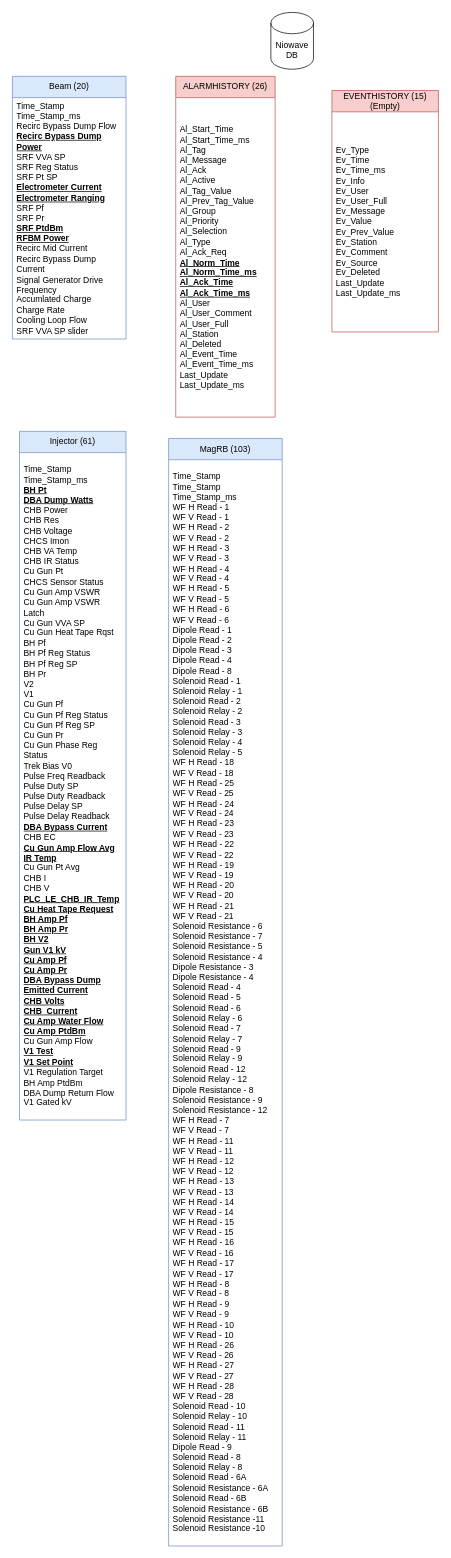
This is page "NiowaveAirportDB" (1 of 2) of AVEVADBAIR.drawio from houleyemballo/Work, a draw.io file, before an edit. Source tidied: cells renumbered, new cells numbered last; positions are measured from the earlier drawing's top-left corner, leaving out a move shared by most shapes. Both pictures are drawn from the tidied source at 71%, with x=0, y=0 at pixel (12, 12).
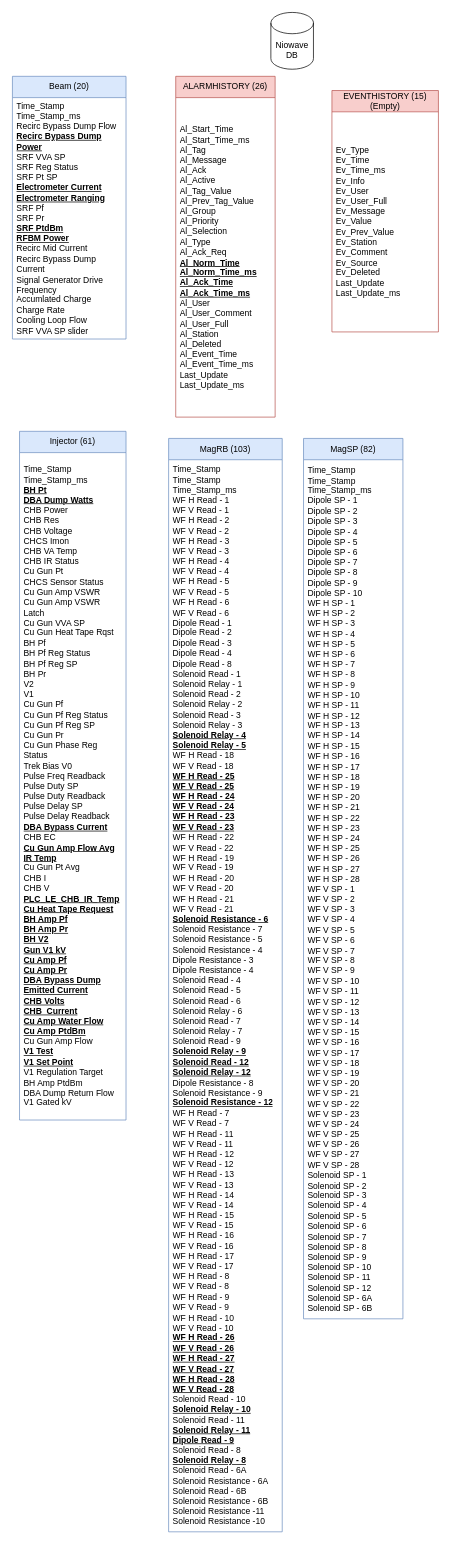
The same page after the edit.

The edit, as a diff of the source:
```diff
@@
 <mxGraphModel>
   <root>
     <mxCell id="0" />
     <mxCell id="1" parent="0" />
     <mxCell id="2" value="Niowave DB" style="shape=cylinder3;whiteSpace=wrap;html=1;boundedLbl=1;backgroundOutline=1;size=15;" parent="1" vertex="1">
       <mxGeometry x="364" width="60" height="80" as="geometry" />
     </mxCell>
     <mxCell id="3" value="Beam (20)" style="swimlane;fontStyle=0;horizontal=1;startSize=30;whiteSpace=wrap;html=1;fillColor=#dae8fc;strokeColor=#6c8ebf;" parent="1" vertex="1">
       <mxGeometry y="90" width="160" height="370" as="geometry" />
     </mxCell>
     <mxCell id="4" value="&lt;div&gt;Time_Stamp&lt;/div&gt;&lt;div&gt;Time_Stamp_ms&lt;/div&gt;&lt;div&gt;Recirc Bypass Dump Flow&lt;/div&gt;&lt;div&gt;&lt;b&gt;&lt;u&gt;Recirc Bypass Dump Power&lt;/u&gt;&lt;/b&gt;&lt;/div&gt;&lt;div&gt;SRF VVA SP&lt;/div&gt;&lt;div&gt;SRF Reg Status&lt;/div&gt;&lt;div&gt;SRF Pt SP&lt;/div&gt;&lt;div&gt;&lt;u&gt;&lt;b&gt;Electrometer Current&lt;/b&gt;&lt;/u&gt;&lt;/div&gt;&lt;div&gt;&lt;u&gt;&lt;b&gt;Electrometer Ranging&lt;/b&gt;&lt;/u&gt;&lt;/div&gt;&lt;div&gt;SRF Pf&lt;/div&gt;&lt;div&gt;SRF Pr&lt;/div&gt;&lt;div&gt;&lt;u&gt;&lt;b&gt;SRF PtdBm&lt;/b&gt;&lt;/u&gt;&lt;/div&gt;&lt;div&gt;&lt;u&gt;&lt;b&gt;RFBM Power&lt;/b&gt;&lt;/u&gt;&lt;/div&gt;&lt;div&gt;Recirc Mid Current&lt;/div&gt;&lt;div&gt;Recirc Bypass Dump Current&lt;/div&gt;&lt;div&gt;Signal Generator Drive Frequency&lt;/div&gt;&lt;div&gt;Accumlated Charge&lt;/div&gt;&lt;div&gt;Charge Rate&lt;/div&gt;&lt;div&gt;Cooling Loop Flow&lt;/div&gt;&lt;div&gt;SRF VVA SP slider&lt;/div&gt;" style="text;strokeColor=none;fillColor=none;align=left;verticalAlign=middle;spacingLeft=4;spacingRight=4;overflow=hidden;whiteSpace=wrap;html=1;" parent="3" vertex="1">
       <mxGeometry y="30" width="160" height="340" as="geometry" />
     </mxCell>
     <mxCell id="5" value="ALARMHISTORY (26)" style="swimlane;fontStyle=0;horizontal=1;startSize=30;whiteSpace=wrap;html=1;fillColor=#f8cecc;strokeColor=#b85450;" parent="1" vertex="1">
       <mxGeometry x="230" y="90" width="140" height="480" as="geometry" />
     </mxCell>
     <mxCell id="6" value="&lt;div&gt;Al_Start_Time&lt;/div&gt;&lt;div&gt;Al_Start_Time_ms&lt;/div&gt;&lt;div&gt;Al_Tag&lt;/div&gt;&lt;div&gt;Al_Message&lt;/div&gt;&lt;div&gt;Al_Ack&lt;/div&gt;&lt;div&gt;Al_Active&lt;/div&gt;&lt;div&gt;Al_Tag_Value&lt;/div&gt;&lt;div&gt;Al_Prev_Tag_Value&lt;/div&gt;&lt;div&gt;Al_Group&lt;/div&gt;&lt;div&gt;Al_Priority&lt;/div&gt;&lt;div&gt;Al_Selection&lt;/div&gt;&lt;div&gt;Al_Type&lt;/div&gt;&lt;div&gt;Al_Ack_Req&lt;/div&gt;&lt;div&gt;&lt;b&gt;&lt;u&gt;Al_Norm_Time&lt;/u&gt;&lt;/b&gt;&lt;/div&gt;&lt;div&gt;&lt;b&gt;&lt;u&gt;Al_Norm_Time_ms&lt;/u&gt;&lt;/b&gt;&lt;/div&gt;&lt;div&gt;&lt;b&gt;&lt;u&gt;Al_Ack_Time&lt;/u&gt;&lt;/b&gt;&lt;/div&gt;&lt;div&gt;&lt;b&gt;&lt;u&gt;Al_Ack_Time_ms&lt;/u&gt;&lt;/b&gt;&lt;/div&gt;&lt;div&gt;Al_User&lt;/div&gt;&lt;div&gt;Al_User_Comment&lt;/div&gt;&lt;div&gt;Al_User_Full&lt;/div&gt;&lt;div&gt;Al_Station&lt;/div&gt;&lt;div&gt;Al_Deleted&lt;/div&gt;&lt;div&gt;Al_Event_Time&lt;/div&gt;&lt;div&gt;Al_Event_Time_ms&lt;/div&gt;&lt;div&gt;Last_Update&lt;/div&gt;&lt;div&gt;Last_Update_ms&lt;/div&gt;" style="text;strokeColor=none;fillColor=none;align=left;verticalAlign=middle;spacingLeft=4;spacingRight=4;overflow=hidden;whiteSpace=wrap;html=1;" parent="5" vertex="1">
       <mxGeometry y="30" width="140" height="450" as="geometry" />
     </mxCell>
     <mxCell id="7" value="EVENTHISTORY (15)&lt;div&gt;(Empty)&lt;/div&gt;" style="swimlane;fontStyle=0;horizontal=1;startSize=30;whiteSpace=wrap;html=1;fillColor=#f8cecc;strokeColor=#b85450;" parent="1" vertex="1">
       <mxGeometry x="450" y="110" width="150" height="340" as="geometry" />
     </mxCell>
     <mxCell id="8" value="&lt;div&gt;Ev_Type&lt;/div&gt;&lt;div&gt;Ev_Time&lt;/div&gt;&lt;div&gt;Ev_Time_ms&lt;/div&gt;&lt;div&gt;Ev_Info&lt;/div&gt;&lt;div&gt;Ev_User&lt;/div&gt;&lt;div&gt;Ev_User_Full&lt;/div&gt;&lt;div&gt;Ev_Message&lt;/div&gt;&lt;div&gt;Ev_Value&lt;/div&gt;&lt;div&gt;Ev_Prev_Value&lt;/div&gt;&lt;div&gt;Ev_Station&lt;/div&gt;&lt;div&gt;Ev_Comment&lt;/div&gt;&lt;div&gt;Ev_Source&lt;/div&gt;&lt;div&gt;Ev_Deleted&lt;/div&gt;&lt;div&gt;Last_Update&lt;/div&gt;&lt;div&gt;Last_Update_ms&lt;/div&gt;" style="text;strokeColor=none;fillColor=none;align=left;verticalAlign=middle;spacingLeft=4;spacingRight=4;overflow=hidden;whiteSpace=wrap;html=1;" parent="7" vertex="1">
       <mxGeometry y="30" width="150" height="310" as="geometry" />
     </mxCell>
     <mxCell id="9" value="Injector (61)" style="swimlane;fontStyle=0;horizontal=1;startSize=30;whiteSpace=wrap;html=1;fillColor=#dae8fc;strokeColor=#6c8ebf;" parent="1" vertex="1">
       <mxGeometry x="10" y="590" width="150" height="970" as="geometry" />
     </mxCell>
     <mxCell id="10" value="&lt;div&gt;Time_Stamp&lt;/div&gt;&lt;div&gt;Time_Stamp_ms&lt;/div&gt;&lt;div&gt;&lt;b&gt;&lt;u&gt;BH Pt&lt;/u&gt;&lt;/b&gt;&lt;/div&gt;&lt;div&gt;&lt;b&gt;&lt;u&gt;DBA Dump Watts&lt;/u&gt;&lt;/b&gt;&lt;/div&gt;&lt;div&gt;CHB Power&lt;/div&gt;&lt;div&gt;CHB Res&lt;/div&gt;&lt;div&gt;CHB Voltage&lt;/div&gt;&lt;div&gt;CHCS Imon&lt;/div&gt;&lt;div&gt;CHB VA Temp&lt;/div&gt;&lt;div&gt;CHB IR Status&lt;/div&gt;&lt;div&gt;Cu Gun Pt&lt;/div&gt;&lt;div&gt;CHCS Sensor Status&lt;/div&gt;&lt;div&gt;Cu Gun Amp VSWR&lt;/div&gt;&lt;div&gt;Cu Gun Amp VSWR Latch&lt;/div&gt;&lt;div&gt;Cu Gun VVA SP&lt;/div&gt;&lt;div&gt;Cu Gun Heat Tape Rqst&lt;/div&gt;&lt;div&gt;BH Pf&lt;/div&gt;&lt;div&gt;BH Pf Reg Status&lt;/div&gt;&lt;div&gt;BH Pf Reg SP&lt;/div&gt;&lt;div&gt;BH Pr&lt;/div&gt;&lt;div&gt;V2&lt;/div&gt;&lt;div&gt;V1&lt;/div&gt;&lt;div&gt;Cu Gun Pf&lt;/div&gt;&lt;div&gt;Cu Gun Pf Reg Status&lt;/div&gt;&lt;div&gt;Cu Gun Pf Reg SP&lt;/div&gt;&lt;div&gt;Cu Gun Pr&lt;/div&gt;&lt;div&gt;Cu Gun Phase Reg Status&lt;/div&gt;&lt;div&gt;Trek Bias V0&lt;/div&gt;&lt;div&gt;Pulse Freq Readback&lt;/div&gt;&lt;div&gt;Pulse Duty SP&lt;/div&gt;&lt;div&gt;Pulse Duty Readback&lt;/div&gt;&lt;div&gt;Pulse Delay SP&lt;/div&gt;&lt;div&gt;Pulse Delay Readback&lt;/div&gt;&lt;div&gt;&lt;b&gt;&lt;u&gt;DBA Bypass Current&lt;/u&gt;&lt;/b&gt;&lt;/div&gt;&lt;div&gt;CHB EC&lt;/div&gt;&lt;div&gt;&lt;b&gt;&lt;u&gt;Cu Gun Amp Flow Avg&lt;/u&gt;&lt;/b&gt;&lt;/div&gt;&lt;div&gt;&lt;b&gt;&lt;u&gt;IR Temp&lt;/u&gt;&lt;/b&gt;&lt;/div&gt;&lt;div&gt;Cu Gun Pt Avg&lt;/div&gt;&lt;div&gt;CHB I&lt;/div&gt;&lt;div&gt;CHB V&lt;/div&gt;&lt;div&gt;&lt;b&gt;&lt;u&gt;PLC_LE_CHB_IR_Temp&lt;/u&gt;&lt;/b&gt;&lt;/div&gt;&lt;div&gt;&lt;b&gt;&lt;u&gt;Cu Heat Tape Request&lt;/u&gt;&lt;/b&gt;&lt;/div&gt;&lt;div&gt;&lt;b&gt;&lt;u&gt;BH Amp Pf&lt;/u&gt;&lt;/b&gt;&lt;/div&gt;&lt;div&gt;&lt;b&gt;&lt;u&gt;BH Amp Pr&lt;/u&gt;&lt;/b&gt;&lt;/div&gt;&lt;div&gt;&lt;b&gt;&lt;u&gt;BH V2&lt;/u&gt;&lt;/b&gt;&lt;/div&gt;&lt;div&gt;&lt;b&gt;&lt;u&gt;Gun V1 kV&lt;/u&gt;&lt;/b&gt;&lt;/div&gt;&lt;div&gt;&lt;b&gt;&lt;u&gt;Cu Amp Pf&lt;/u&gt;&lt;/b&gt;&lt;/div&gt;&lt;div&gt;&lt;b&gt;&lt;u&gt;Cu Amp Pr&lt;/u&gt;&lt;/b&gt;&lt;/div&gt;&lt;div&gt;&lt;b&gt;&lt;u&gt;DBA Bypass Dump&lt;/u&gt;&lt;/b&gt;&lt;/div&gt;&lt;div&gt;&lt;b&gt;&lt;u&gt;Emitted Current&lt;/u&gt;&lt;/b&gt;&lt;/div&gt;&lt;div&gt;&lt;b&gt;&lt;u&gt;CHB Volts&lt;/u&gt;&lt;/b&gt;&lt;/div&gt;&lt;div&gt;&lt;b&gt;&lt;u&gt;CHB&amp;nbsp; Current&lt;/u&gt;&lt;/b&gt;&lt;/div&gt;&lt;div&gt;&lt;b&gt;&lt;u&gt;Cu Amp Water Flow&lt;/u&gt;&lt;/b&gt;&lt;/div&gt;&lt;div&gt;&lt;b&gt;&lt;u&gt;Cu Amp PtdBm&lt;/u&gt;&lt;/b&gt;&lt;/div&gt;&lt;div&gt;Cu Gun Amp Flow&lt;/div&gt;&lt;div&gt;&lt;b&gt;&lt;u&gt;V1 Test&lt;/u&gt;&lt;/b&gt;&lt;/div&gt;&lt;div&gt;&lt;b&gt;&lt;u&gt;V1 Set Point&lt;/u&gt;&lt;/b&gt;&lt;/div&gt;&lt;div&gt;V1 Regulation Target&lt;/div&gt;&lt;div&gt;BH Amp PtdBm&lt;/div&gt;&lt;div&gt;DBA Dump Return Flow&lt;/div&gt;&lt;div&gt;V1 Gated kV&lt;/div&gt;" style="text;strokeColor=none;fillColor=none;align=left;verticalAlign=middle;spacingLeft=4;spacingRight=4;overflow=hidden;whiteSpace=wrap;html=1;" parent="9" vertex="1">
       <mxGeometry y="30" width="150" height="940" as="geometry" />
     </mxCell>
     <mxCell id="11" value="MagRB (103)" style="swimlane;fontStyle=0;horizontal=1;startSize=30;whiteSpace=wrap;html=1;fillColor=#dae8fc;strokeColor=#6c8ebf;" parent="1" vertex="1">
-      <mxGeometry x="220" y="600" width="160" height="1560" as="geometry" />
+      <mxGeometry x="220" y="600" width="160" height="1540" as="geometry" />
     </mxCell>
-    <mxCell id="12" value="&lt;div&gt;Time_Stamp&lt;/div&gt;&lt;div&gt;Time_Stamp&lt;/div&gt;&lt;div&gt;Time_Stamp_ms&lt;/div&gt;&lt;div&gt;WF H Read - 1&lt;/div&gt;&lt;div&gt;WF V Read - 1&lt;/div&gt;&lt;div&gt;WF H Read - 2&lt;/div&gt;&lt;div&gt;WF V Read - 2&lt;/div&gt;&lt;div&gt;WF H Read - 3&lt;/div&gt;&lt;div&gt;WF V Read - 3&lt;/div&gt;&lt;div&gt;WF H Read - 4&lt;/div&gt;&lt;div&gt;WF V Read - 4&lt;/div&gt;&lt;div&gt;WF H Read - 5&lt;/div&gt;&lt;div&gt;WF V Read - 5&lt;/div&gt;&lt;div&gt;WF H Read - 6&lt;/div&gt;&lt;div&gt;WF V Read - 6&lt;/div&gt;&lt;div&gt;Dipole Read - 1&lt;/div&gt;&lt;div&gt;Dipole Read - 2&lt;/div&gt;&lt;div&gt;Dipole Read - 3&lt;/div&gt;&lt;div&gt;Dipole Read - 4&lt;/div&gt;&lt;div&gt;Dipole Read - 8&lt;/div&gt;&lt;div&gt;Solenoid Read - 1&lt;/div&gt;&lt;div&gt;Solenoid Relay - 1&lt;/div&gt;&lt;div&gt;Solenoid Read - 2&lt;/div&gt;&lt;div&gt;Solenoid Relay - 2&lt;/div&gt;&lt;div&gt;Solenoid Read - 3&lt;/div&gt;&lt;div&gt;Solenoid Relay - 3&lt;/div&gt;&lt;div&gt;Solenoid Relay - 4&lt;/div&gt;&lt;div&gt;Solenoid Relay - 5&lt;/div&gt;&lt;div&gt;WF H Read - 18&lt;/div&gt;&lt;div&gt;WF V Read - 18&lt;/div&gt;&lt;div&gt;WF H Read - 25&lt;/div&gt;&lt;div&gt;WF V Read - 25&lt;/div&gt;&lt;div&gt;WF H Read - 24&lt;/div&gt;&lt;div&gt;WF V Read - 24&lt;/div&gt;&lt;div&gt;WF H Read - 23&lt;/div&gt;&lt;div&gt;WF V Read - 23&lt;/div&gt;&lt;div&gt;WF H Read - 22&lt;/div&gt;&lt;div&gt;WF V Read - 22&lt;/div&gt;&lt;div&gt;WF H Read - 19&lt;/div&gt;&lt;div&gt;WF V Read - 19&lt;/div&gt;&lt;div&gt;WF H Read - 20&lt;/div&gt;&lt;div&gt;WF V Read - 20&lt;/div&gt;&lt;div&gt;WF H Read - 21&lt;/div&gt;&lt;div&gt;WF V Read - 21&lt;/div&gt;&lt;div&gt;Solenoid Resistance - 6&lt;/div&gt;&lt;div&gt;Solenoid Resistance - 7&lt;/div&gt;&lt;div&gt;Solenoid Resistance - 5&lt;/div&gt;&lt;div&gt;Solenoid Resistance - 4&lt;/div&gt;&lt;div&gt;Dipole Resistance - 3&lt;/div&gt;&lt;div&gt;Dipole Resistance - 4&lt;/div&gt;&lt;div&gt;Solenoid Read - 4&lt;/div&gt;&lt;div&gt;Solenoid Read - 5&lt;/div&gt;&lt;div&gt;Solenoid Read - 6&lt;/div&gt;&lt;div&gt;Solenoid Relay - 6&lt;/div&gt;&lt;div&gt;Solenoid Read - 7&lt;/div&gt;&lt;div&gt;Solenoid Relay - 7&lt;/div&gt;&lt;div&gt;Solenoid Read - 9&lt;/div&gt;&lt;div&gt;Solenoid Relay - 9&lt;/div&gt;&lt;div&gt;Solenoid Read - 12&lt;/div&gt;&lt;div&gt;Solenoid Relay - 12&lt;/div&gt;&lt;div&gt;Dipole Resistance - 8&lt;/div&gt;&lt;div&gt;Solenoid Resistance - 9&lt;/div&gt;&lt;div&gt;Solenoid Resistance - 12&lt;/div&gt;&lt;div&gt;WF H Read - 7&lt;/div&gt;&lt;div&gt;WF V Read - 7&lt;/div&gt;&lt;div&gt;WF H Read - 11&lt;/div&gt;&lt;div&gt;WF V Read - 11&lt;/div&gt;&lt;div&gt;WF H Read - 12&lt;/div&gt;&lt;div&gt;WF V Read - 12&lt;/div&gt;&lt;div&gt;WF H Read - 13&lt;/div&gt;&lt;div&gt;WF V Read - 13&lt;/div&gt;&lt;div&gt;WF H Read - 14&lt;/div&gt;&lt;div&gt;WF V Read - 14&lt;/div&gt;&lt;div&gt;WF H Read - 15&lt;/div&gt;&lt;div&gt;WF V Read - 15&lt;/div&gt;&lt;div&gt;WF H Read - 16&lt;/div&gt;&lt;div&gt;WF V Read - 16&lt;/div&gt;&lt;div&gt;WF H Read - 17&lt;/div&gt;&lt;div&gt;WF V Read - 17&lt;/div&gt;&lt;div&gt;WF H Read - 8&lt;/div&gt;&lt;div&gt;WF V Read - 8&lt;/div&gt;&lt;div&gt;WF H Read - 9&lt;/div&gt;&lt;div&gt;WF V Read - 9&lt;/div&gt;&lt;div&gt;WF H Read - 10&lt;/div&gt;&lt;div&gt;WF V Read - 10&lt;/div&gt;&lt;div&gt;WF H Read - 26&lt;/div&gt;&lt;div&gt;WF V Read - 26&lt;/div&gt;&lt;div&gt;WF H Read - 27&lt;/div&gt;&lt;div&gt;WF V Read - 27&lt;/div&gt;&lt;div&gt;WF H Read - 28&lt;/div&gt;&lt;div&gt;WF V Read - 28&lt;/div&gt;&lt;div&gt;Solenoid Read - 10&lt;/div&gt;&lt;div&gt;Solenoid Relay - 10&lt;/div&gt;&lt;div&gt;Solenoid Read - 11&lt;/div&gt;&lt;div&gt;Solenoid Relay - 11&lt;/div&gt;&lt;div&gt;Dipole Read - 9&lt;/div&gt;&lt;div&gt;Solenoid Read - 8&lt;/div&gt;&lt;div&gt;Solenoid Relay - 8&lt;/div&gt;&lt;div&gt;Solenoid Read - 6A&lt;/div&gt;&lt;div&gt;Solenoid Resistance - 6A&lt;/div&gt;&lt;div&gt;Solenoid Read - 6B&lt;/div&gt;&lt;div&gt;Solenoid Resistance - 6B&lt;/div&gt;&lt;div&gt;Solenoid Resistance -11&lt;/div&gt;&lt;div&gt;Solenoid Resistance -10&lt;/div&gt;" style="text;align=left;verticalAlign=middle;spacingLeft=4;spacingRight=4;overflow=hidden;whiteSpace=wrap;html=1;" parent="11" vertex="1">
-      <mxGeometry y="30" width="160" height="1530" as="geometry" />
+    <mxCell id="12" value="&lt;div&gt;Time_Stamp&lt;/div&gt;&lt;div&gt;Time_Stamp&lt;/div&gt;&lt;div&gt;Time_Stamp_ms&lt;/div&gt;&lt;div&gt;WF H Read - 1&lt;/div&gt;&lt;div&gt;WF V Read - 1&lt;/div&gt;&lt;div&gt;WF H Read - 2&lt;/div&gt;&lt;div&gt;WF V Read - 2&lt;/div&gt;&lt;div&gt;WF H Read - 3&lt;/div&gt;&lt;div&gt;WF V Read - 3&lt;/div&gt;&lt;div&gt;WF H Read - 4&lt;/div&gt;&lt;div&gt;WF V Read - 4&lt;/div&gt;&lt;div&gt;WF H Read - 5&lt;/div&gt;&lt;div&gt;WF V Read - 5&lt;/div&gt;&lt;div&gt;WF H Read - 6&lt;/div&gt;&lt;div&gt;WF V Read - 6&lt;/div&gt;&lt;div&gt;Dipole Read - 1&lt;/div&gt;&lt;div&gt;Dipole Read - 2&lt;/div&gt;&lt;div&gt;Dipole Read - 3&lt;/div&gt;&lt;div&gt;Dipole Read - 4&lt;/div&gt;&lt;div&gt;Dipole Read - 8&lt;/div&gt;&lt;div&gt;Solenoid Read - 1&lt;/div&gt;&lt;div&gt;Solenoid Relay - 1&lt;/div&gt;&lt;div&gt;Solenoid Read - 2&lt;/div&gt;&lt;div&gt;Solenoid Relay - 2&lt;/div&gt;&lt;div&gt;Solenoid Read - 3&lt;/div&gt;&lt;div&gt;Solenoid Relay - 3&lt;/div&gt;&lt;div&gt;&lt;b&gt;&lt;u&gt;Solenoid Relay - 4&lt;/u&gt;&lt;/b&gt;&lt;/div&gt;&lt;div&gt;&lt;b&gt;&lt;u&gt;Solenoid Relay - 5&lt;/u&gt;&lt;/b&gt;&lt;/div&gt;&lt;div&gt;WF H Read - 18&lt;/div&gt;&lt;div&gt;WF V Read - 18&lt;/div&gt;&lt;div&gt;&lt;b&gt;&lt;u&gt;WF H Read - 25&lt;/u&gt;&lt;/b&gt;&lt;/div&gt;&lt;div&gt;&lt;b&gt;&lt;u&gt;WF V Read - 25&lt;/u&gt;&lt;/b&gt;&lt;/div&gt;&lt;div&gt;&lt;b&gt;&lt;u&gt;WF H Read - 24&lt;/u&gt;&lt;/b&gt;&lt;/div&gt;&lt;div&gt;&lt;b&gt;&lt;u&gt;WF V Read - 24&lt;/u&gt;&lt;/b&gt;&lt;/div&gt;&lt;div&gt;&lt;b&gt;&lt;u&gt;WF H Read - 23&lt;/u&gt;&lt;/b&gt;&lt;/div&gt;&lt;div&gt;&lt;b&gt;&lt;u&gt;WF V Read - 23&lt;/u&gt;&lt;/b&gt;&lt;/div&gt;&lt;div&gt;WF H Read - 22&lt;/div&gt;&lt;div&gt;WF V Read - 22&lt;/div&gt;&lt;div&gt;WF H Read - 19&lt;/div&gt;&lt;div&gt;WF V Read - 19&lt;/div&gt;&lt;div&gt;WF H Read - 20&lt;/div&gt;&lt;div&gt;WF V Read - 20&lt;/div&gt;&lt;div&gt;WF H Read - 21&lt;/div&gt;&lt;div&gt;WF V Read - 21&lt;/div&gt;&lt;div&gt;&lt;b&gt;&lt;u&gt;Solenoid Resistance - 6&lt;/u&gt;&lt;/b&gt;&lt;/div&gt;&lt;div&gt;Solenoid Resistance - 7&lt;/div&gt;&lt;div&gt;Solenoid Resistance - 5&lt;/div&gt;&lt;div&gt;Solenoid Resistance - 4&lt;/div&gt;&lt;div&gt;Dipole Resistance - 3&lt;/div&gt;&lt;div&gt;Dipole Resistance - 4&lt;/div&gt;&lt;div&gt;Solenoid Read - 4&lt;/div&gt;&lt;div&gt;Solenoid Read - 5&lt;/div&gt;&lt;div&gt;Solenoid Read - 6&lt;/div&gt;&lt;div&gt;Solenoid Relay - 6&lt;/div&gt;&lt;div&gt;Solenoid Read - 7&lt;/div&gt;&lt;div&gt;Solenoid Relay - 7&lt;/div&gt;&lt;div&gt;Solenoid Read - 9&lt;/div&gt;&lt;div&gt;&lt;b&gt;&lt;u&gt;Solenoid Relay - 9&lt;/u&gt;&lt;/b&gt;&lt;/div&gt;&lt;div&gt;&lt;b&gt;&lt;u&gt;Solenoid Read - 12&lt;/u&gt;&lt;/b&gt;&lt;/div&gt;&lt;div&gt;&lt;b&gt;&lt;u&gt;Solenoid Relay - 12&lt;/u&gt;&lt;/b&gt;&lt;/div&gt;&lt;div&gt;Dipole Resistance - 8&lt;/div&gt;&lt;div&gt;Solenoid Resistance - 9&lt;/div&gt;&lt;div&gt;&lt;b&gt;&lt;u&gt;Solenoid Resistance - 12&lt;/u&gt;&lt;/b&gt;&lt;/div&gt;&lt;div&gt;WF H Read - 7&lt;/div&gt;&lt;div&gt;WF V Read - 7&lt;/div&gt;&lt;div&gt;WF H Read - 11&lt;/div&gt;&lt;div&gt;WF V Read - 11&lt;/div&gt;&lt;div&gt;WF H Read - 12&lt;/div&gt;&lt;div&gt;WF V Read - 12&lt;/div&gt;&lt;div&gt;WF H Read - 13&lt;/div&gt;&lt;div&gt;WF V Read - 13&lt;/div&gt;&lt;div&gt;WF H Read - 14&lt;/div&gt;&lt;div&gt;WF V Read - 14&lt;/div&gt;&lt;div&gt;WF H Read - 15&lt;/div&gt;&lt;div&gt;WF V Read - 15&lt;/div&gt;&lt;div&gt;WF H Read - 16&lt;/div&gt;&lt;div&gt;WF V Read - 16&lt;/div&gt;&lt;div&gt;WF H Read - 17&lt;/div&gt;&lt;div&gt;WF V Read - 17&lt;/div&gt;&lt;div&gt;WF H Read - 8&lt;/div&gt;&lt;div&gt;WF V Read - 8&lt;/div&gt;&lt;div&gt;WF H Read - 9&lt;/div&gt;&lt;div&gt;WF V Read - 9&lt;/div&gt;&lt;div&gt;WF H Read - 10&lt;/div&gt;&lt;div&gt;WF V Read - 10&lt;/div&gt;&lt;div&gt;&lt;b&gt;&lt;u&gt;WF H Read - 26&lt;/u&gt;&lt;/b&gt;&lt;/div&gt;&lt;div&gt;&lt;b&gt;&lt;u&gt;WF V Read - 26&lt;/u&gt;&lt;/b&gt;&lt;/div&gt;&lt;div&gt;&lt;b&gt;&lt;u&gt;WF H Read - 27&lt;/u&gt;&lt;/b&gt;&lt;/div&gt;&lt;div&gt;&lt;b&gt;&lt;u&gt;WF V Read - 27&lt;/u&gt;&lt;/b&gt;&lt;/div&gt;&lt;div&gt;&lt;b&gt;&lt;u&gt;WF H Read - 28&lt;/u&gt;&lt;/b&gt;&lt;/div&gt;&lt;div&gt;&lt;b&gt;&lt;u&gt;WF V Read - 28&lt;/u&gt;&lt;/b&gt;&lt;/div&gt;&lt;div&gt;Solenoid Read - 10&lt;/div&gt;&lt;div&gt;&lt;b&gt;&lt;u&gt;Solenoid Relay - 10&lt;/u&gt;&lt;/b&gt;&lt;/div&gt;&lt;div&gt;Solenoid Read - 11&lt;/div&gt;&lt;div&gt;&lt;b&gt;&lt;u&gt;Solenoid Relay - 11&lt;/u&gt;&lt;/b&gt;&lt;/div&gt;&lt;div&gt;&lt;b&gt;&lt;u&gt;Dipole Read - 9&lt;/u&gt;&lt;/b&gt;&lt;/div&gt;&lt;div&gt;Solenoid Read - 8&lt;/div&gt;&lt;div&gt;&lt;b&gt;&lt;u&gt;Solenoid Relay - 8&lt;/u&gt;&lt;/b&gt;&lt;/div&gt;&lt;div&gt;Solenoid Read - 6A&lt;/div&gt;&lt;div&gt;Solenoid Resistance - 6A&lt;/div&gt;&lt;div&gt;Solenoid Read - 6B&lt;/div&gt;&lt;div&gt;Solenoid Resistance - 6B&lt;/div&gt;&lt;div&gt;Solenoid Resistance -11&lt;/div&gt;&lt;div&gt;Solenoid Resistance -10&lt;/div&gt;" style="text;align=left;verticalAlign=middle;spacingLeft=4;spacingRight=4;overflow=hidden;whiteSpace=wrap;html=1;" parent="11" vertex="1">
+      <mxGeometry y="30" width="160" height="1510" as="geometry" />
     </mxCell>
+    <mxCell id="13" value="MagSP (82)" style="swimlane;fontStyle=0;horizontal=1;startSize=30;whiteSpace=wrap;html=1;fillColor=#dae8fc;strokeColor=#6c8ebf;" parent="1" vertex="1">
+      <mxGeometry x="410" y="600" width="140" height="1240" as="geometry" />
+    </mxCell>
+    <mxCell id="14" value="&lt;div&gt;Time_Stamp&lt;/div&gt;&lt;div&gt;Time_Stamp&lt;/div&gt;&lt;div&gt;Time_Stamp_ms&lt;/div&gt;&lt;div&gt;Dipole SP - 1&lt;/div&gt;&lt;div&gt;Dipole SP - 2&lt;/div&gt;&lt;div&gt;Dipole SP - 3&lt;/div&gt;&lt;div&gt;Dipole SP - 4&lt;/div&gt;&lt;div&gt;Dipole SP - 5&lt;/div&gt;&lt;div&gt;Dipole SP - 6&lt;/div&gt;&lt;div&gt;Dipole SP - 7&lt;/div&gt;&lt;div&gt;Dipole SP - 8&lt;/div&gt;&lt;div&gt;Dipole SP - 9&lt;/div&gt;&lt;div&gt;Dipole SP - 10&lt;/div&gt;&lt;div&gt;WF H SP - 1&lt;/div&gt;&lt;div&gt;WF H SP - 2&lt;/div&gt;&lt;div&gt;WF H SP - 3&lt;/div&gt;&lt;div&gt;WF H SP - 4&lt;/div&gt;&lt;div&gt;WF H SP - 5&lt;/div&gt;&lt;div&gt;WF H SP - 6&lt;/div&gt;&lt;div&gt;WF H SP - 7&lt;/div&gt;&lt;div&gt;WF H SP - 8&lt;/div&gt;&lt;div&gt;WF H SP - 9&lt;/div&gt;&lt;div&gt;WF H SP - 10&lt;/div&gt;&lt;div&gt;WF H SP - 11&lt;/div&gt;&lt;div&gt;WF H SP - 12&lt;/div&gt;&lt;div&gt;WF H SP - 13&lt;/div&gt;&lt;div&gt;WF H SP - 14&lt;/div&gt;&lt;div&gt;WF H SP - 15&lt;/div&gt;&lt;div&gt;WF H SP - 16&lt;/div&gt;&lt;div&gt;WF H SP - 17&lt;/div&gt;&lt;div&gt;WF H SP - 18&lt;/div&gt;&lt;div&gt;WF H SP - 19&lt;/div&gt;&lt;div&gt;WF H SP - 20&lt;/div&gt;&lt;div&gt;WF H SP - 21&lt;/div&gt;&lt;div&gt;WF H SP - 22&lt;/div&gt;&lt;div&gt;WF H SP - 23&lt;/div&gt;&lt;div&gt;WF H SP - 24&lt;/div&gt;&lt;div&gt;WF H SP - 25&lt;/div&gt;&lt;div&gt;WF H SP - 26&lt;/div&gt;&lt;div&gt;WF H SP - 27&lt;/div&gt;&lt;div&gt;WF H SP - 28&lt;/div&gt;&lt;div&gt;WF V SP - 1&lt;/div&gt;&lt;div&gt;WF V SP - 2&lt;/div&gt;&lt;div&gt;WF V SP - 3&lt;/div&gt;&lt;div&gt;WF V SP - 4&lt;/div&gt;&lt;div&gt;WF V SP - 5&lt;/div&gt;&lt;div&gt;WF V SP - 6&lt;/div&gt;&lt;div&gt;WF V SP - 7&lt;/div&gt;&lt;div&gt;WF V SP - 8&lt;/div&gt;&lt;div&gt;WF V SP - 9&lt;/div&gt;&lt;div&gt;WF V SP - 10&lt;/div&gt;&lt;div&gt;WF V SP - 11&lt;/div&gt;&lt;div&gt;WF V SP - 12&lt;/div&gt;&lt;div&gt;WF V SP - 13&lt;/div&gt;&lt;div&gt;WF V SP - 14&lt;/div&gt;&lt;div&gt;WF V SP - 15&lt;/div&gt;&lt;div&gt;WF V SP - 16&lt;/div&gt;&lt;div&gt;WF V SP - 17&lt;/div&gt;&lt;div&gt;WF V SP - 18&lt;/div&gt;&lt;div&gt;WF V SP - 19&lt;/div&gt;&lt;div&gt;WF V SP - 20&lt;/div&gt;&lt;div&gt;WF V SP - 21&lt;/div&gt;&lt;div&gt;WF V SP - 22&lt;/div&gt;&lt;div&gt;WF V SP - 23&lt;/div&gt;&lt;div&gt;WF V SP - 24&lt;/div&gt;&lt;div&gt;WF V SP - 25&lt;/div&gt;&lt;div&gt;WF V SP - 26&lt;/div&gt;&lt;div&gt;WF V SP - 27&lt;/div&gt;&lt;div&gt;WF V SP - 28&lt;/div&gt;&lt;div&gt;Solenoid SP - 1&lt;/div&gt;&lt;div&gt;Solenoid SP - 2&lt;/div&gt;&lt;div&gt;Solenoid SP - 3&lt;/div&gt;&lt;div&gt;Solenoid SP - 4&lt;/div&gt;&lt;div&gt;Solenoid SP - 5&lt;/div&gt;&lt;div&gt;Solenoid SP - 6&lt;/div&gt;&lt;div&gt;Solenoid SP - 7&lt;/div&gt;&lt;div&gt;Solenoid SP - 8&lt;/div&gt;&lt;div&gt;Solenoid SP - 9&lt;/div&gt;&lt;div&gt;Solenoid SP - 10&lt;/div&gt;&lt;div&gt;Solenoid SP - 11&lt;/div&gt;&lt;div&gt;Solenoid SP - 12&lt;/div&gt;&lt;div&gt;Solenoid SP - 6A&lt;/div&gt;&lt;div&gt;Solenoid SP - 6B&lt;/div&gt;" style="text;strokeColor=none;fillColor=none;align=left;verticalAlign=middle;spacingLeft=4;spacingRight=4;overflow=hidden;whiteSpace=wrap;html=1;" parent="13" vertex="1">
+      <mxGeometry y="30" width="140" height="1210" as="geometry" />
+    </mxCell>
   </root>
 </mxGraphModel>
```
